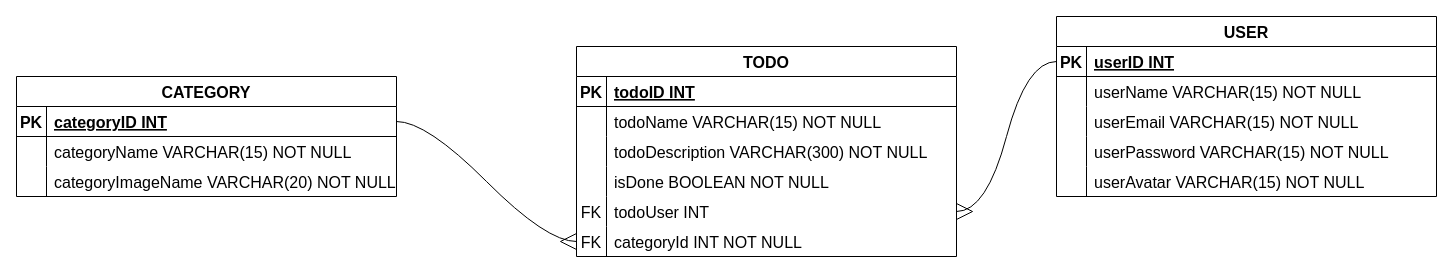
ahmadmoumneh/to-do-app keeps this draw.io diagram as documentation/diagrams/erd.drawio. Above is the earlier version. Source tidied: cells renumbered, new cells numbered last; positions are measured from the earlier drawing's top-left corner, leaving out a move shared by most shapes. Both pictures are drawn from the tidied source at 100%, with x=0, y=0 at pixel (16, 16).
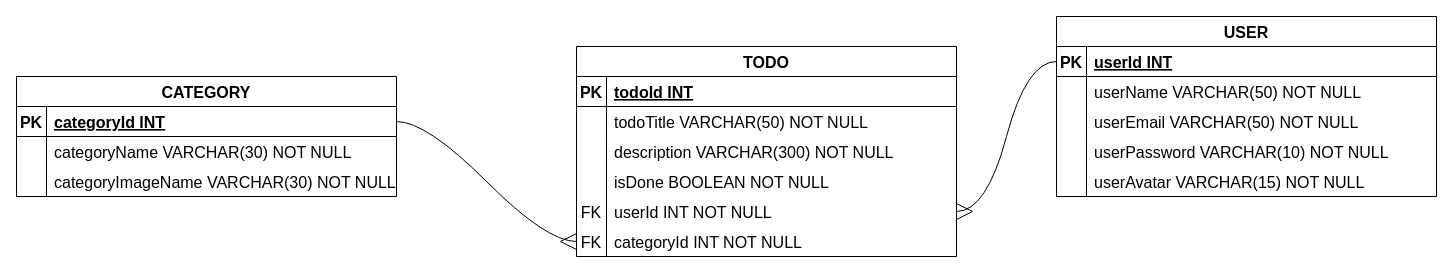
The same page after the edit.

Unchanged cells that the change refers to:
```xml
<mxCell id="3" style="shape=tableRow;horizontal=0;startSize=0;swimlaneHead=0;swimlaneBody=0;fillColor=none;top=0;left=0;right=0;bottom=1;fontSize=16;" parent="2" vertex="1">
  <mxGeometry y="30" width="380" height="30" as="geometry" />
</mxCell>
<mxCell id="6" style="shape=tableRow;horizontal=0;startSize=0;swimlaneHead=0;swimlaneBody=0;fillColor=none;top=0;left=0;right=0;bottom=0;fontSize=16;" parent="2" vertex="1">
  <mxGeometry y="60" width="380" height="30" as="geometry" />
</mxCell>
<mxCell id="9" style="shape=tableRow;horizontal=0;startSize=0;swimlaneHead=0;swimlaneBody=0;fillColor=none;top=0;left=0;right=0;bottom=0;fontSize=16;" parent="2" vertex="1">
  <mxGeometry y="90" width="380" height="30" as="geometry" />
</mxCell>
<mxCell id="15" style="shape=tableRow;horizontal=0;startSize=0;swimlaneHead=0;swimlaneBody=0;fillColor=none;points=[[0,0.5],[1,0.5]];portConstraint=eastwest;top=0;left=0;right=0;bottom=0;fontSize=16;" parent="2" vertex="1">
  <mxGeometry y="150" width="380" height="30" as="geometry" />
</mxCell>
<mxCell id="23" style="shape=tableRow;horizontal=0;startSize=0;swimlaneHead=0;swimlaneBody=0;fillColor=none;points=[[0,0.5],[1,0.5]];portConstraint=eastwest;top=0;left=0;right=0;bottom=1;fontSize=16;" parent="22" vertex="1">
  <mxGeometry y="30" width="380" height="30" as="geometry" />
</mxCell>
<mxCell id="26" style="shape=tableRow;horizontal=0;startSize=0;swimlaneHead=0;swimlaneBody=0;fillColor=none;top=0;left=0;right=0;bottom=0;fontSize=16;" parent="22" vertex="1">
  <mxGeometry y="60" width="380" height="30" as="geometry" />
</mxCell>
<mxCell id="29" style="shape=tableRow;horizontal=0;startSize=0;swimlaneHead=0;swimlaneBody=0;fillColor=none;top=0;left=0;right=0;bottom=0;fontSize=16;" parent="22" vertex="1">
  <mxGeometry y="90" width="380" height="30" as="geometry" />
</mxCell>
<mxCell id="32" style="shape=tableRow;horizontal=0;startSize=0;swimlaneHead=0;swimlaneBody=0;fillColor=none;top=0;left=0;right=0;bottom=0;fontSize=16;" parent="22" vertex="1">
  <mxGeometry y="120" width="380" height="30" as="geometry" />
</mxCell>
<mxCell id="39" style="shape=tableRow;horizontal=0;startSize=0;swimlaneHead=0;swimlaneBody=0;fillColor=none;points=[[0,0.5],[1,0.5]];portConstraint=eastwest;top=0;left=0;right=0;bottom=1;fontSize=16;" parent="38" vertex="1">
  <mxGeometry y="30" width="380" height="30" as="geometry" />
</mxCell>
<mxCell id="42" style="shape=tableRow;horizontal=0;startSize=0;swimlaneHead=0;swimlaneBody=0;fillColor=none;top=0;left=0;right=0;bottom=0;fontSize=16;" parent="38" vertex="1">
  <mxGeometry y="60" width="380" height="30" as="geometry" />
</mxCell>
<mxCell id="45" style="shape=tableRow;horizontal=0;startSize=0;swimlaneHead=0;swimlaneBody=0;fillColor=none;top=0;left=0;right=0;bottom=0;fontSize=16;" parent="38" vertex="1">
  <mxGeometry y="90" width="380" height="30" as="geometry" />
</mxCell>
```

The edit, as a diff of the source:
```diff
@@
-    <mxCell id="5" value="todoID INT" style="shape=partialRectangle;fillColor=none;top=0;left=0;bottom=0;right=0;align=left;spacingLeft=6;fontStyle=5;overflow=hidden;fontSize=16;" parent="3" vertex="1">
+    <mxCell id="5" value="todoId INT" style="shape=partialRectangle;fillColor=none;top=0;left=0;bottom=0;right=0;align=left;spacingLeft=6;fontStyle=5;overflow=hidden;fontSize=16;" parent="3" vertex="1">
       <mxGeometry x="30" width="350" height="30" as="geometry" />
     </mxCell>
@@
-    <mxCell id="8" value="todoName VARCHAR(15) NOT NULL" style="shape=partialRectangle;fillColor=none;top=0;left=0;bottom=0;right=0;align=left;spacingLeft=6;overflow=hidden;fontSize=16;" parent="6" vertex="1">
+    <mxCell id="8" value="todoTitle VARCHAR(50) NOT NULL" style="shape=partialRectangle;fillColor=none;top=0;left=0;bottom=0;right=0;align=left;spacingLeft=6;overflow=hidden;fontSize=16;" parent="6" vertex="1">
       <mxGeometry x="30" width="350" height="30" as="geometry" />
     </mxCell>
@@
-    <mxCell id="11" value="todoDescription VARCHAR(300) NOT NULL" style="shape=partialRectangle;fillColor=none;top=0;left=0;bottom=0;right=0;align=left;spacingLeft=6;overflow=hidden;fontSize=16;" parent="9" vertex="1">
+    <mxCell id="11" value="description VARCHAR(300) NOT NULL" style="shape=partialRectangle;fillColor=none;top=0;left=0;bottom=0;right=0;align=left;spacingLeft=6;overflow=hidden;fontSize=16;" parent="9" vertex="1">
       <mxGeometry x="30" width="350" height="30" as="geometry" />
     </mxCell>
@@
-    <mxCell id="17" value="todoUser INT" style="shape=partialRectangle;fillColor=none;top=0;left=0;bottom=0;right=0;align=left;spacingLeft=6;overflow=hidden;fontSize=16;" parent="15" vertex="1">
+    <mxCell id="17" value="userId INT NOT NULL" style="shape=partialRectangle;fillColor=none;top=0;left=0;bottom=0;right=0;align=left;spacingLeft=6;overflow=hidden;fontSize=16;" parent="15" vertex="1">
       <mxGeometry x="30" width="350" height="30" as="geometry" />
     </mxCell>
@@
-    <mxCell id="25" value="userID INT" style="shape=partialRectangle;fillColor=none;top=0;left=0;bottom=0;right=0;align=left;spacingLeft=6;fontStyle=5;overflow=hidden;fontSize=16;" parent="23" vertex="1">
+    <mxCell id="25" value="userId INT" style="shape=partialRectangle;fillColor=none;top=0;left=0;bottom=0;right=0;align=left;spacingLeft=6;fontStyle=5;overflow=hidden;fontSize=16;" parent="23" vertex="1">
       <mxGeometry x="30" width="350" height="30" as="geometry" />
     </mxCell>
@@
-    <mxCell id="28" value="userName VARCHAR(15) NOT NULL" style="shape=partialRectangle;fillColor=none;top=0;left=0;bottom=0;right=0;align=left;spacingLeft=6;overflow=hidden;fontSize=16;" parent="26" vertex="1">
+    <mxCell id="28" value="userName VARCHAR(50) NOT NULL" style="shape=partialRectangle;fillColor=none;top=0;left=0;bottom=0;right=0;align=left;spacingLeft=6;overflow=hidden;fontSize=16;" parent="26" vertex="1">
       <mxGeometry x="30" width="350" height="30" as="geometry" />
     </mxCell>
@@
-    <mxCell id="31" value="userEmail VARCHAR(15) NOT NULL" style="shape=partialRectangle;fillColor=none;top=0;left=0;bottom=0;right=0;align=left;spacingLeft=6;overflow=hidden;fontSize=16;" parent="29" vertex="1">
+    <mxCell id="31" value="userEmail VARCHAR(50) NOT NULL" style="shape=partialRectangle;fillColor=none;top=0;left=0;bottom=0;right=0;align=left;spacingLeft=6;overflow=hidden;fontSize=16;" parent="29" vertex="1">
       <mxGeometry x="30" width="350" height="30" as="geometry" />
     </mxCell>
@@
-    <mxCell id="34" value="userPassword VARCHAR(15) NOT NULL" style="shape=partialRectangle;fillColor=none;top=0;left=0;bottom=0;right=0;align=left;spacingLeft=6;overflow=hidden;fontSize=16;" parent="32" vertex="1">
+    <mxCell id="34" value="userPassword VARCHAR(10) NOT NULL" style="shape=partialRectangle;fillColor=none;top=0;left=0;bottom=0;right=0;align=left;spacingLeft=6;overflow=hidden;fontSize=16;" parent="32" vertex="1">
       <mxGeometry x="30" width="350" height="30" as="geometry" />
     </mxCell>
@@
-    <mxCell id="41" value="categoryID INT" style="shape=partialRectangle;fillColor=none;top=0;left=0;bottom=0;right=0;align=left;spacingLeft=6;fontStyle=5;overflow=hidden;fontSize=16;" parent="39" vertex="1">
+    <mxCell id="41" value="categoryId INT" style="shape=partialRectangle;fillColor=none;top=0;left=0;bottom=0;right=0;align=left;spacingLeft=6;fontStyle=5;overflow=hidden;fontSize=16;" parent="39" vertex="1">
       <mxGeometry x="30" width="350" height="30" as="geometry" />
     </mxCell>
@@
-    <mxCell id="44" value="categoryName VARCHAR(15) NOT NULL" style="shape=partialRectangle;fillColor=none;top=0;left=0;bottom=0;right=0;align=left;spacingLeft=6;overflow=hidden;fontSize=16;" parent="42" vertex="1">
+    <mxCell id="44" value="categoryName VARCHAR(30) NOT NULL" style="shape=partialRectangle;fillColor=none;top=0;left=0;bottom=0;right=0;align=left;spacingLeft=6;overflow=hidden;fontSize=16;" parent="42" vertex="1">
       <mxGeometry x="30" width="350" height="30" as="geometry" />
     </mxCell>
@@
-    <mxCell id="47" value="categoryImageName VARCHAR(20) NOT NULL" style="shape=partialRectangle;fillColor=none;top=0;left=0;bottom=0;right=0;align=left;spacingLeft=6;overflow=hidden;fontSize=16;" parent="45" vertex="1">
+    <mxCell id="47" value="categoryImageName VARCHAR(30) NOT NULL" style="shape=partialRectangle;fillColor=none;top=0;left=0;bottom=0;right=0;align=left;spacingLeft=6;overflow=hidden;fontSize=16;" parent="45" vertex="1">
       <mxGeometry x="30" width="350" height="30" as="geometry" />
     </mxCell>
```
